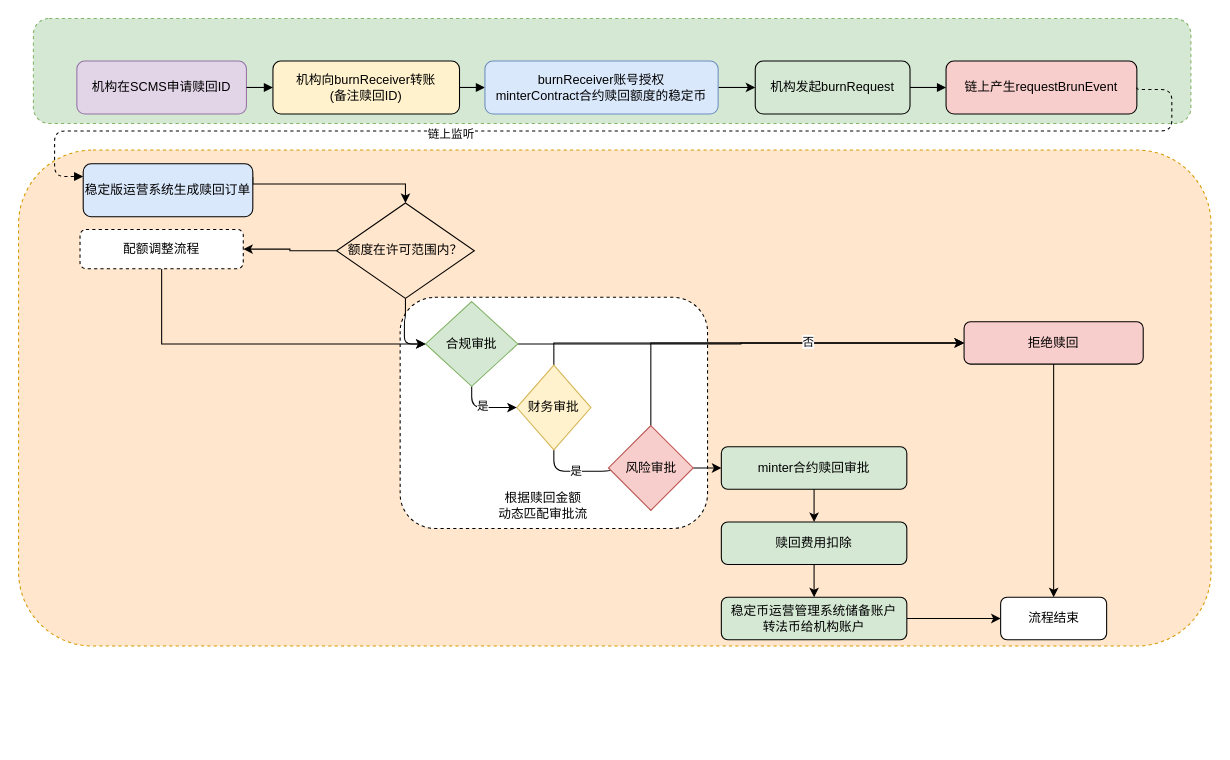
mingzhenliu/doc keeps this draw.io diagram as burn.drawio. Above is the earlier version. Source tidied: cells renumbered, new cells numbered last; positions are measured from the earlier drawing's top-left corner, leaving out a move shared by most shapes. Both pictures are drawn from the tidied source at 106%, with x=0, y=0 at pixel (18, 18).
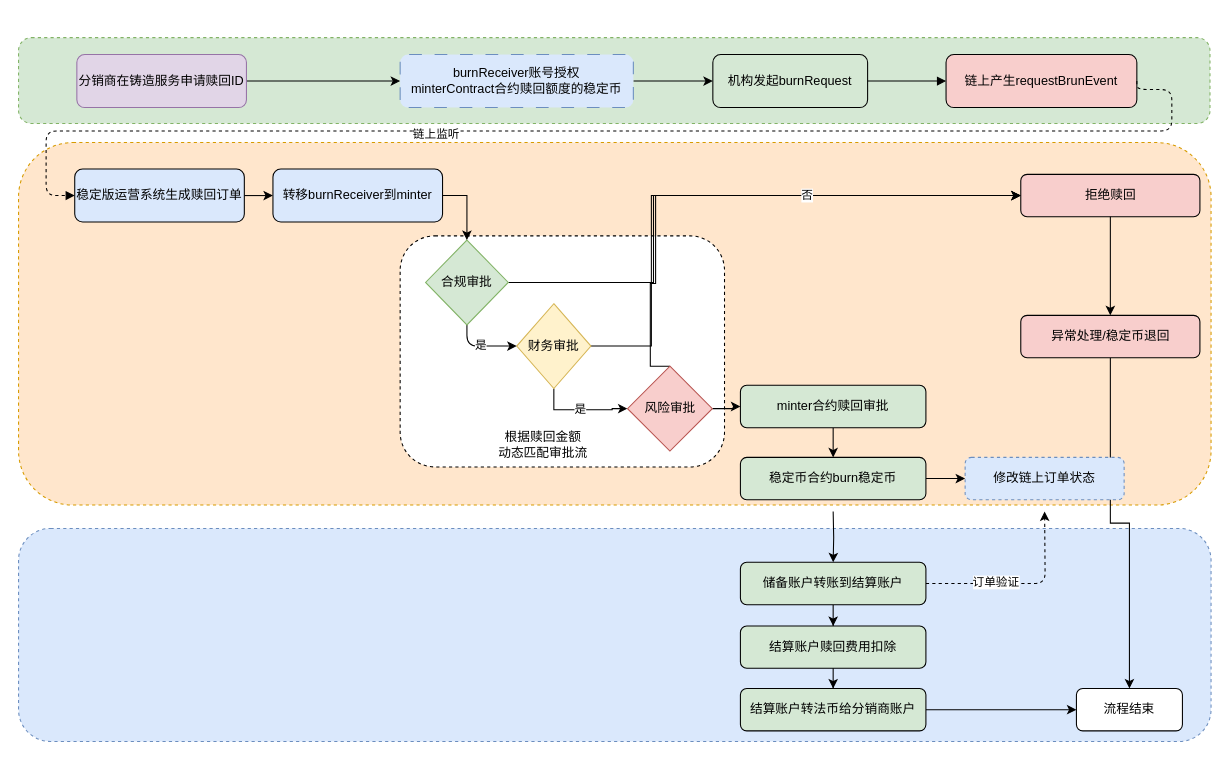
The same diagram, later.

What changed in the source:
```diff
@@
     <mxCell id="2" style="rounded=1;whiteSpace=wrap;html=1;dashed=1;fillColor=#ffe6cc;strokeColor=#d79b00;" parent="1" vertex="1">
-      <mxGeometry y="124" width="1125" height="468" as="geometry" />
+      <mxGeometry y="117" width="1125" height="342" as="geometry" />
     </mxCell>
+    <mxCell id="44" style="rounded=1;whiteSpace=wrap;html=1;dashed=1;fillColor=#dae8fc;strokeColor=#6c8ebf;" parent="1" vertex="1">
+      <mxGeometry y="481" width="1125" height="201" as="geometry" />
+    </mxCell>
     <mxCell id="3" style="rounded=1;whiteSpace=wrap;html=1;dashed=1;fillColor=#d5e8d4;strokeColor=#82b366;" parent="1" vertex="1">
-      <mxGeometry x="14" width="1092" height="99" as="geometry" />
+      <mxGeometry y="18" width="1124" height="81" as="geometry" />
     </mxCell>
     <mxCell id="4" style="rounded=1;whiteSpace=wrap;html=1;dashed=1;" parent="1" vertex="1">
-      <mxGeometry x="360" y="263" width="290" height="218" as="geometry" />
+      <mxGeometry x="360" y="205" width="306" height="218" as="geometry" />
     </mxCell>
+    <mxCell id="45" style="edgeStyle=orthogonalEdgeStyle;rounded=0;jettySize=auto;html=1;" parent="1" edge="1" source="5" target="42">
+      <mxGeometry relative="1" as="geometry" />
+    </mxCell>
-    <mxCell id="5" value="机构在SCMS申请赎回ID" style="rounded=1;whiteSpace=wrap;html=1;fillColor=#e1d5e7;flipH=1;strokeColor=#9673a6;" parent="1" vertex="1">
-      <mxGeometry x="55" y="40" width="160" height="50" as="geometry" />
+    <mxCell id="5" value="分销商在铸造服务申请赎回ID" style="rounded=1;whiteSpace=wrap;html=1;fillColor=#e1d5e7;flipH=1;strokeColor=#9673a6;" parent="1" vertex="1">
+      <mxGeometry x="55" y="34" width="160" height="50" as="geometry" />
     </mxCell>
-    <mxCell id="6" value="机构向burnReceiver转账&lt;div&gt;(备注赎回ID)&lt;/div&gt;" style="rounded=1;whiteSpace=wrap;html=1;fillColor=#fff2cc;flipH=1;" parent="1" vertex="1">
-      <mxGeometry x="240" y="40" width="176" height="50" as="geometry" />
-    </mxCell>
     <mxCell id="7" value="机构发起burnRequest" style="rounded=1;whiteSpace=wrap;html=1;fillColor=#d5e8d4;flipH=1;" parent="1" vertex="1">
-      <mxGeometry x="695" y="40" width="146" height="50" as="geometry" />
+      <mxGeometry x="655" y="34" width="146" height="50" as="geometry" />
     </mxCell>
     <mxCell id="8" value="链上产生requestBrunEvent" style="rounded=1;whiteSpace=wrap;html=1;fillColor=#f8cecc;flipH=1;" parent="1" vertex="1">
-      <mxGeometry x="875" y="40" width="180" height="50" as="geometry" />
+      <mxGeometry x="875" y="34" width="180" height="50" as="geometry" />
     </mxCell>
-    <mxCell id="9" style="edgeStyle=orthogonalEdgeStyle;rounded=0;jettySize=auto;html=1;entryX=0.5;entryY=0;entryDx=0;entryDy=0;exitX=1;exitY=0.25;exitDx=0;exitDy=0;" parent="1" edge="1" source="10" target="13">
-      <mxGeometry relative="1" as="geometry">
-        <Array as="points">
-          <mxPoint x="221" y="156" />
-          <mxPoint x="365" y="156" />
-        </Array>
-      </mxGeometry>
-    </mxCell>
     <mxCell id="10" value="稳定版运营系统&lt;span style=&quot;background-color: transparent; color: light-dark(rgb(0, 0, 0), rgb(255, 255, 255));&quot;&gt;生成赎回订单&lt;/span&gt;" style="rounded=1;whiteSpace=wrap;html=1;fillColor=#dae8fc;" parent="1" vertex="1">
-      <mxGeometry x="61" y="137" width="160" height="50" as="geometry" />
+      <mxGeometry x="53" y="142" width="160" height="50" as="geometry" />
     </mxCell>
-    <mxCell id="11" style="edgeStyle=orthogonalEdgeStyle;rounded=1;jettySize=auto;html=1;entryX=0;entryY=0.5;entryDx=0;entryDy=0;curved=0;" parent="1" edge="1" source="13" target="30">
-      <mxGeometry relative="1" as="geometry" />
-    </mxCell>
-    <mxCell id="12" style="edgeStyle=orthogonalEdgeStyle;rounded=0;jettySize=auto;html=1;" parent="1" edge="1" source="13" target="40">
-      <mxGeometry relative="1" as="geometry" />
-    </mxCell>
-    <mxCell id="13" value="额度在许可范围内？" style="rhombus;whiteSpace=wrap;html=1;fillColor=#ffe6cc;" parent="1" vertex="1">
-      <mxGeometry x="300" y="174" width="130" height="90" as="geometry" />
-    </mxCell>
-    <mxCell id="14" style="edgeStyle=orthogonalEdgeStyle;rounded=0;jettySize=auto;html=1;" parent="1" edge="1" source="15" target="18">
+    <mxCell id="14" style="edgeStyle=orthogonalEdgeStyle;rounded=0;jettySize=auto;html=1;" parent="1" edge="1" source="60" target="18">
       <mxGeometry relative="1" as="geometry" />
     </mxCell>
     <mxCell id="15" value="拒绝赎回" style="rounded=1;whiteSpace=wrap;html=1;fillColor=#f8cecc;" parent="1" vertex="1">
-      <mxGeometry x="892" y="286" width="169" height="40" as="geometry" />
+      <mxGeometry x="945.5" y="147" width="169" height="40" as="geometry" />
     </mxCell>
-    <mxCell id="16" style="edgeStyle=orthogonalEdgeStyle;rounded=0;jettySize=auto;html=1;" parent="1" edge="1" source="17" target="36">
-      <mxGeometry relative="1" as="geometry" />
-    </mxCell>
+    <mxCell id="46" style="edgeStyle=orthogonalEdgeStyle;rounded=0;jettySize=auto;html=1;" parent="1" edge="1" source="17" target="54">
+      <mxGeometry relative="1" as="geometry" />
+    </mxCell>
     <mxCell id="17" value="minter合约赎回审批" style="rounded=1;whiteSpace=wrap;html=1;fillColor=#d5e8d4;" parent="1" vertex="1">
-      <mxGeometry x="663" y="404" width="175" height="40" as="geometry" />
+      <mxGeometry x="681" y="346" width="175" height="40" as="geometry" />
     </mxCell>
     <mxCell id="18" value="流程结束" style="rounded=1;whiteSpace=wrap;html=1;fillColor=#ffffff;" parent="1" vertex="1">
-      <mxGeometry x="926.5" y="546" width="100" height="40" as="geometry" />
+      <mxGeometry x="998" y="632" width="100" height="40" as="geometry" />
     </mxCell>
-    <mxCell id="19" style="edgeStyle=orthogonalEdgeStyle;endArrow=block;html=1;" parent="1" edge="1" source="5" target="6">
-      <mxGeometry relative="1" as="geometry" />
-    </mxCell>
-    <mxCell id="20" style="edgeStyle=orthogonalEdgeStyle;endArrow=block;html=1;entryX=0;entryY=0.5;entryDx=0;entryDy=0;" parent="1" edge="1" source="6" target="42">
-      <mxGeometry relative="1" as="geometry" />
-    </mxCell>
@@
-    <mxCell id="22" style="edgeStyle=orthogonalEdgeStyle;endArrow=block;html=1;exitX=1;exitY=0.5;exitDx=0;exitDy=0;dashed=1;" parent="1" edge="1" source="8" target="10">
+    <mxCell id="22" style="edgeStyle=orthogonalEdgeStyle;endArrow=block;html=1;exitX=1;exitY=0.5;exitDx=0;exitDy=0;dashed=1;entryX=0;entryY=0.5;entryDx=0;entryDy=0;" parent="1" edge="1" source="8" target="10">
       <mxGeometry relative="1" as="geometry">
         <Array as="points">
           <mxPoint x="1055" y="67" />
           <mxPoint x="1088" y="67" />
           <mxPoint x="1088" y="106" />
-          <mxPoint x="34" y="106" />
-          <mxPoint x="34" y="149" />
+          <mxPoint x="26" y="106" />
+          <mxPoint x="26" y="167" />
         </Array>
       </mxGeometry>
     </mxCell>
@@
-    <mxCell id="24" value="是" style="edgeStyle=orthogonalEdgeStyle;rounded=1;jettySize=auto;html=1;entryX=0;entryY=0.5;entryDx=0;entryDy=0;exitX=0.5;exitY=1;exitDx=0;exitDy=0;curved=0;" parent="1" edge="1" source="26" target="34">
-      <mxGeometry relative="1" as="geometry" />
-    </mxCell>
     <mxCell id="25" style="edgeStyle=orthogonalEdgeStyle;rounded=0;jettySize=auto;html=1;entryX=0;entryY=0.5;entryDx=0;entryDy=0;" parent="1" edge="1" source="26" target="15">
       <mxGeometry relative="1" as="geometry">
         <Array as="points">
-          <mxPoint x="505" y="306" />
+          <mxPoint x="597" y="309" />
+          <mxPoint x="597" y="167" />
         </Array>
       </mxGeometry>
     </mxCell>
+    <mxCell id="47" style="edgeStyle=orthogonalEdgeStyle;rounded=0;jettySize=auto;html=1;exitX=0.5;exitY=1;exitDx=0;exitDy=0;" parent="1" edge="1" source="26" target="34">
+      <mxGeometry relative="1" as="geometry" />
+    </mxCell>
     <mxCell id="26" value="财务审批" style="rhombus;whiteSpace=wrap;html=1;fillColor=#fff2cc;strokeColor=#d6b656;" parent="1" vertex="1">
-      <mxGeometry x="470" y="327" width="70" height="80" as="geometry" />
+      <mxGeometry x="470" y="269" width="70" height="80" as="geometry" />
     </mxCell>
@@
     <mxCell id="29" style="edgeStyle=orthogonalEdgeStyle;rounded=0;jettySize=auto;html=1;entryX=0;entryY=0.5;entryDx=0;entryDy=0;" parent="1" edge="1" source="30" target="15">
-      <mxGeometry relative="1" as="geometry" />
+      <mxGeometry relative="1" as="geometry">
+        <Array as="points">
+          <mxPoint x="599" y="249" />
+          <mxPoint x="599" y="167" />
+        </Array>
+      </mxGeometry>
     </mxCell>
     <mxCell id="30" value="合规审批" style="rhombus;whiteSpace=wrap;html=1;fillColor=#d5e8d4;strokeColor=#82b366;" parent="1" vertex="1">
-      <mxGeometry x="384" y="267" width="87" height="80" as="geometry" />
+      <mxGeometry x="384" y="209" width="78" height="80" as="geometry" />
     </mxCell>
@@
-    <mxCell id="32" style="edgeStyle=orthogonalEdgeStyle;rounded=0;jettySize=auto;html=1;entryX=0;entryY=0.5;entryDx=0;entryDy=0;" parent="1" edge="1" source="34" target="15">
+    <mxCell id="32" style="edgeStyle=orthogonalEdgeStyle;rounded=0;jettySize=auto;html=1;entryX=0;entryY=0.5;entryDx=0;entryDy=0;exitX=0.5;exitY=0;exitDx=0;exitDy=0;" parent="1" edge="1" source="34" target="15">
       <mxGeometry relative="1" as="geometry">
         <Array as="points">
-          <mxPoint x="596" y="306" />
+          <mxPoint x="596" y="328" />
+          <mxPoint x="596" y="250" />
+          <mxPoint x="601" y="250" />
+          <mxPoint x="601" y="167" />
         </Array>
       </mxGeometry>
     </mxCell>
     <mxCell id="33" value="否" style="edgeLabel;html=1;align=center;verticalAlign=middle;" parent="32" vertex="1">
-      <mxGeometry x="0.21" y="2" relative="1" as="geometry" />
+      <mxGeometry x="0.24" y="1" relative="1" as="geometry">
+        <mxPoint x="-1" as="offset" />
+      </mxGeometry>
     </mxCell>
     <mxCell id="34" value="风险审批" style="rhombus;whiteSpace=wrap;html=1;fillColor=#f8cecc;strokeColor=#b85450;" parent="1" vertex="1">
-      <mxGeometry x="556.5" y="384" width="80" height="80" as="geometry" />
+      <mxGeometry x="574.5" y="328" width="80" height="80" as="geometry" />
     </mxCell>
@@
-    <mxCell id="36" value="赎回费用扣除" style="rounded=1;whiteSpace=wrap;html=1;fillColor=#d5e8d4;" parent="1" vertex="1">
-      <mxGeometry x="663" y="475" width="175" height="40" as="geometry" />
+    <mxCell id="36" value="结算账户赎回费用扣除" style="rounded=1;whiteSpace=wrap;html=1;fillColor=#d5e8d4;" parent="1" vertex="1">
+      <mxGeometry x="681" y="573" width="175" height="40" as="geometry" />
     </mxCell>
@@
-    <mxCell id="38" value="稳定币运营管理系统储备账户&lt;div&gt;转法币给机构账户&lt;/div&gt;" style="rounded=1;whiteSpace=wrap;html=1;fillColor=#d5e8d4;" parent="1" vertex="1">
-      <mxGeometry x="663" y="546" width="175" height="40" as="geometry" />
+    <mxCell id="38" value="结算账户&lt;span style=&quot;background-color: transparent; color: light-dark(rgb(0, 0, 0), rgb(255, 255, 255));&quot;&gt;转法币给分销商账户&lt;/span&gt;" style="rounded=1;whiteSpace=wrap;html=1;fillColor=#d5e8d4;" parent="1" vertex="1">
+      <mxGeometry x="681" y="632" width="175" height="40" as="geometry" />
     </mxCell>
-    <mxCell id="39" style="edgeStyle=orthogonalEdgeStyle;rounded=0;jettySize=auto;html=1;entryX=0;entryY=0.5;entryDx=0;entryDy=0;exitX=0.5;exitY=1;exitDx=0;exitDy=0;" parent="1" edge="1" source="40" target="30">
-      <mxGeometry relative="1" as="geometry" />
-    </mxCell>
-    <mxCell id="40" value="配额调整流程" style="rounded=1;whiteSpace=wrap;html=1;dashed=1;" parent="1" vertex="1">
-      <mxGeometry x="58" y="199" width="154" height="37" as="geometry" />
-    </mxCell>
@@
-    <mxCell id="42" value="burnReceiver账号授权&lt;div&gt;minterContract合约赎回额度的稳定币&lt;/div&gt;" style="rounded=1;whiteSpace=wrap;html=1;fillColor=#dae8fc;flipH=1;strokeColor=#6c8ebf;" parent="1" vertex="1">
-      <mxGeometry x="440" y="40" width="220" height="50" as="geometry" />
+    <mxCell id="42" value="burnReceiver账号授权&lt;div&gt;minterContract合约赎回额度的稳定币&lt;/div&gt;" style="rounded=1;whiteSpace=wrap;html=1;fillColor=#dae8fc;flipH=1;strokeColor=#6c8ebf;dashed=1;dashPattern=12 12;" parent="1" vertex="1">
+      <mxGeometry x="360" y="34" width="220" height="50" as="geometry" />
     </mxCell>
     <mxCell id="43" value="根据赎回金额&lt;div&gt;动态匹配审批流&lt;/div&gt;" style="text;html=1;align=center;verticalAlign=middle;whiteSpace=wrap;rounded=0;" parent="1" vertex="1">
-      <mxGeometry x="440" y="445" width="110" height="30" as="geometry" />
+      <mxGeometry x="440" y="387" width="110" height="30" as="geometry" />
     </mxCell>
+    <mxCell id="48" style="edgeStyle=orthogonalEdgeStyle;rounded=0;jettySize=auto;html=1;" parent="1" edge="1" source="51" target="36">
+      <mxGeometry relative="1" as="geometry" />
+    </mxCell>
+    <mxCell id="49" style="edgeStyle=orthogonalEdgeStyle;rounded=1;jettySize=auto;html=1;entryX=0.5;entryY=1;entryDx=0;entryDy=0;dashed=1;curved=0;" parent="1" edge="1" source="51">
+      <mxGeometry relative="1" as="geometry">
+        <mxPoint x="968" y="465" as="targetPoint" />
+      </mxGeometry>
+    </mxCell>
+    <mxCell id="50" value="订单验证" style="edgeLabel;html=1;align=center;verticalAlign=middle;" parent="49" vertex="1">
+      <mxGeometry x="-0.27" y="2" relative="1" as="geometry">
+        <mxPoint x="-1" as="offset" />
+      </mxGeometry>
+    </mxCell>
+    <mxCell id="51" value="储备账户转账到结算账户" style="rounded=1;whiteSpace=wrap;html=1;fillColor=#d5e8d4;" parent="1" vertex="1">
+      <mxGeometry x="681" y="513" width="175" height="40" as="geometry" />
+    </mxCell>
+    <mxCell id="52" style="edgeStyle=orthogonalEdgeStyle;rounded=0;jettySize=auto;html=1;entryX=0.5;entryY=0;entryDx=0;entryDy=0;" parent="1" edge="1" target="51">
+      <mxGeometry relative="1" as="geometry">
+        <mxPoint x="768.5" y="465" as="sourcePoint" />
+      </mxGeometry>
+    </mxCell>
+    <mxCell id="53" style="edgeStyle=orthogonalEdgeStyle;rounded=0;jettySize=auto;html=1;" parent="1" edge="1" source="54" target="55">
+      <mxGeometry relative="1" as="geometry" />
+    </mxCell>
+    <mxCell id="54" value="稳定币合约burn稳定币" style="rounded=1;whiteSpace=wrap;html=1;fillColor=#d5e8d4;" parent="1" vertex="1">
+      <mxGeometry x="681" y="414" width="175" height="40" as="geometry" />
+    </mxCell>
+    <mxCell id="55" value="修改链上订单状态" style="rounded=1;whiteSpace=wrap;html=1;fillColor=#dae8fc;strokeColor=#6c8ebf;dashed=1;" parent="1" vertex="1">
+      <mxGeometry x="893" y="414" width="150" height="40" as="geometry" />
+    </mxCell>
+    <mxCell id="56" style="edgeStyle=orthogonalEdgeStyle;rounded=0;jettySize=auto;html=1;entryX=0;entryY=0.5;entryDx=0;entryDy=0;exitX=1;exitY=0.5;exitDx=0;exitDy=0;" parent="1" edge="1" source="10" target="58">
+      <mxGeometry relative="1" as="geometry" />
+    </mxCell>
+    <mxCell id="57" style="edgeStyle=orthogonalEdgeStyle;rounded=0;jettySize=auto;html=1;entryX=0.5;entryY=0;entryDx=0;entryDy=0;exitX=1;exitY=0.5;exitDx=0;exitDy=0;" parent="1" edge="1" source="58" target="30">
+      <mxGeometry relative="1" as="geometry" />
+    </mxCell>
+    <mxCell id="58" value="转移burnReceiver到minter" style="rounded=1;whiteSpace=wrap;html=1;fillColor=#dae8fc;" parent="1" vertex="1">
+      <mxGeometry x="240" y="142" width="160" height="50" as="geometry" />
+    </mxCell>
+    <mxCell id="59" style="edgeStyle=orthogonalEdgeStyle;rounded=0;jettySize=auto;html=1;" parent="1" edge="1" source="15" target="60">
+      <mxGeometry relative="1" as="geometry" />
+    </mxCell>
+    <mxCell id="60" value="异常处理/稳定币退回" style="rounded=1;whiteSpace=wrap;html=1;fillColor=#f8cecc;" parent="1" vertex="1">
+      <mxGeometry x="945.5" y="280" width="169" height="40" as="geometry" />
+    </mxCell>
+    <mxCell id="24" value="是" style="edgeStyle=orthogonalEdgeStyle;rounded=1;jettySize=auto;html=1;exitX=0.5;exitY=1;exitDx=0;exitDy=0;strokeColor=none;curved=0;" parent="1" edge="1" source="26" target="34">
+      <mxGeometry relative="1" as="geometry" />
+    </mxCell>
```
